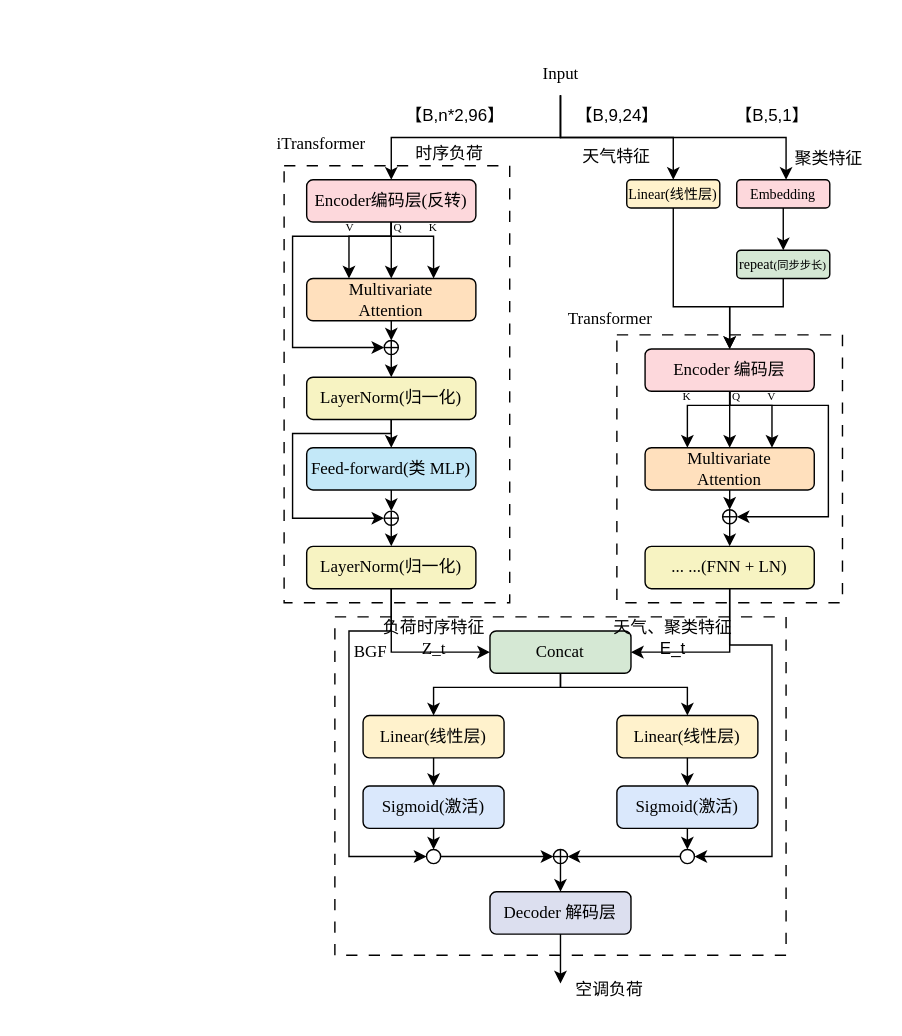
This is Draw.io/研究生毕设/混合 itransformer 模型.drawio from Arete-FFF/PicGo, a draw.io file, before an edit. Source tidied: cells renumbered, new cells numbered last; positions are measured from the earlier drawing's top-left corner, leaving out a move shared by most shapes. Both pictures are drawn from the tidied source at 141%, with x=0, y=0 at pixel (24, 24).
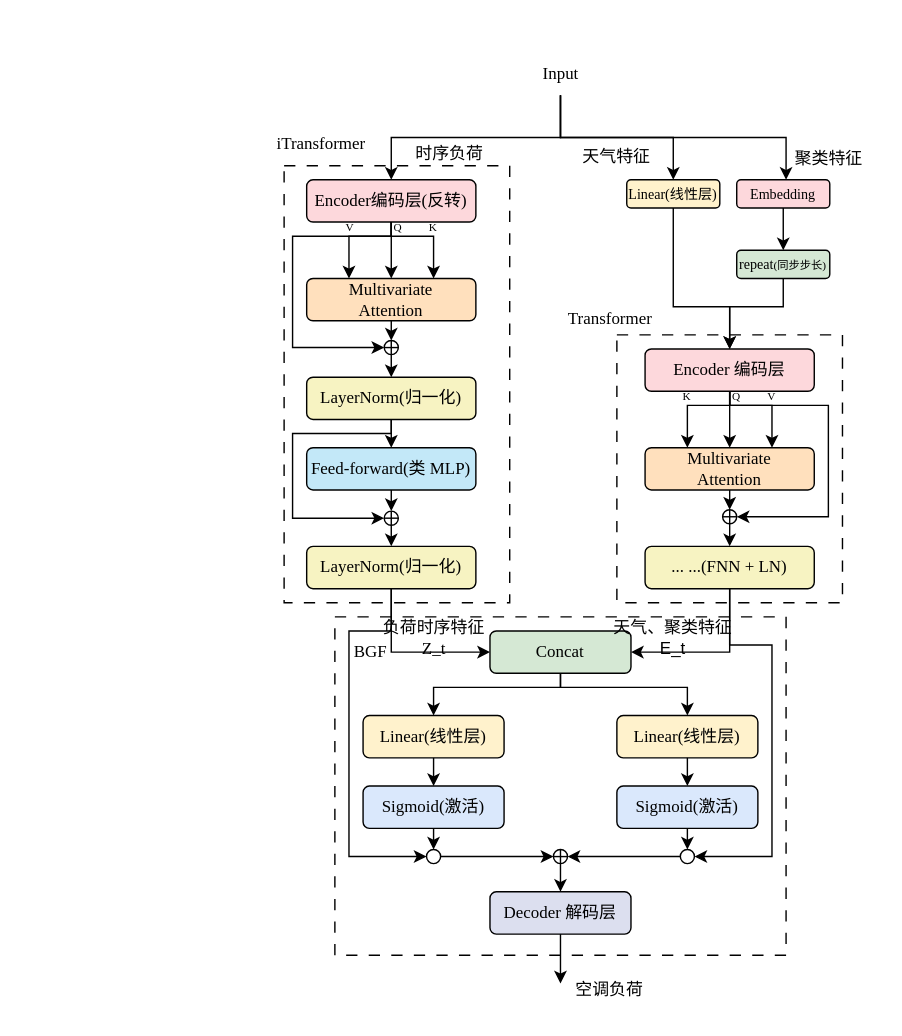
The same diagram, later.

Commit message:
更新混合 itransformer 模型.drawio

What changed in the source:
```diff
@@
-    <mxCell id="36" style="ellipse;whiteSpace=wrap;html=1;" parent="1" vertex="1">
-      <mxGeometry height="20" as="geometry" />
-    </mxCell>
@@
-    <mxCell id="81" value="【B,n*2,96】" style="text;html=1;align=center;verticalAlign=middle;strokeColor=none;fillColor=none;" parent="1" vertex="1">
-      <mxGeometry x="260" y="50" width="90" height="30" as="geometry" />
-    </mxCell>
-    <mxCell id="82" value="【B,9,24】" style="text;html=1;align=center;verticalAlign=middle;strokeColor=none;fillColor=none;" parent="1" vertex="1">
-      <mxGeometry x="380" y="50" width="80" height="30" as="geometry" />
-    </mxCell>
@@
-    <mxCell id="95" value="【B,5,1】" style="text;html=1;align=center;verticalAlign=middle;strokeColor=none;fillColor=none;" parent="1" vertex="1">
-      <mxGeometry x="490" y="50" width="80" height="30" as="geometry" />
-    </mxCell>
```
